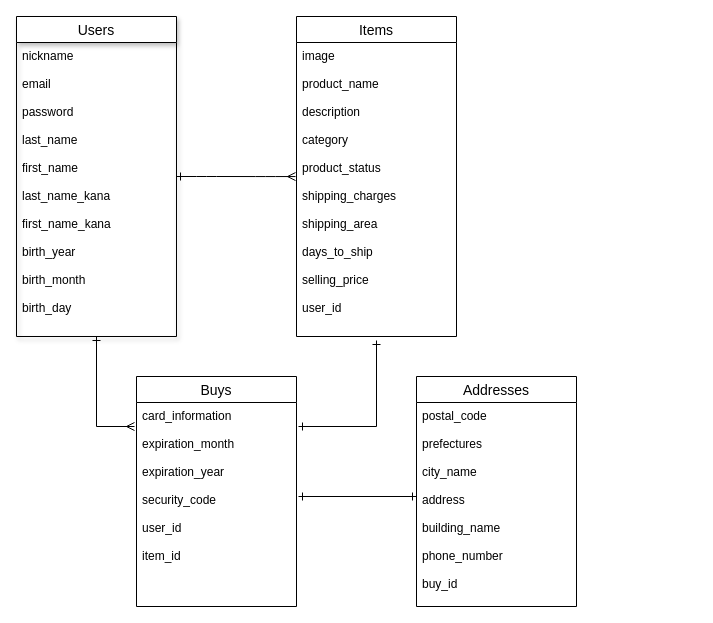
This is furima.dio from fulu90/furima-32903, a draw.io file, before an edit. Source tidied: cells renumbered, new cells numbered last; positions are measured from the earlier drawing's top-left corner, leaving out a move shared by most shapes. Both pictures are drawn from the tidied source at 100%, with x=0, y=0 at pixel (16, 16).
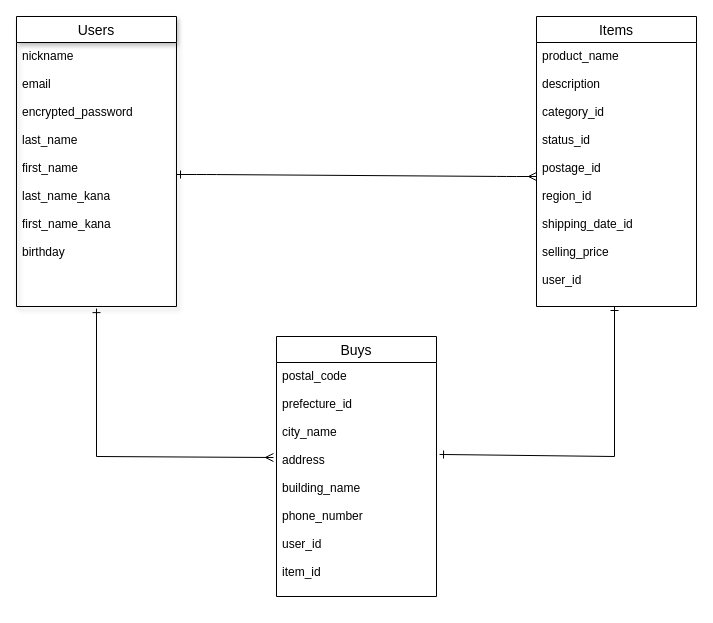
The same diagram, later.

Commit message (it also covers changes not shown here):
テーブル設計_修正

Diff of the diagram source:
```diff
@@
 <mxGraphModel>
   <root>
     <mxCell id="0" />
     <mxCell id="1" parent="0" />
     <mxCell id="2" value="Items" style="swimlane;fontStyle=0;horizontal=1;startSize=26;align=center;fontSize=14;" parent="1" vertex="1">
-      <mxGeometry x="280" width="160" height="320" as="geometry" />
+      <mxGeometry x="520" width="160" height="290" as="geometry" />
     </mxCell>
-    <mxCell id="3" value="image&#10;&#10;product_name&#10;&#10;description&#10;&#10;category&#10;&#10;product_status&#10;&#10;shipping_charges&#10;&#10;shipping_area&#10;&#10;days_to_ship&#10;&#10;selling_price&#10;&#10;user_id&#10;&#10;&#10;&#10;&#10;&#10;&#10;&#10;" style="text;strokeColor=none;fillColor=none;spacingLeft=4;spacingRight=4;overflow=hidden;points=[[0,0.5],[1,0.5]];portConstraint=eastwest;fontSize=12;" parent="2" vertex="1">
-      <mxGeometry y="26" width="160" height="294" as="geometry" />
+    <mxCell id="3" value="product_name&#10;&#10;description&#10;&#10;category_id&#10;&#10;status_id&#10;&#10;postage_id&#10;&#10;region_id&#10;&#10;shipping_date_id&#10;&#10;selling_price&#10;&#10;user_id" style="text;strokeColor=none;fillColor=none;spacingLeft=4;spacingRight=4;overflow=hidden;points=[[0,0.5],[1,0.5]];portConstraint=eastwest;fontSize=12;" parent="2" vertex="1">
+      <mxGeometry y="26" width="160" height="264" as="geometry" />
     </mxCell>
-    <mxCell id="4" value="Buys" style="swimlane;fontStyle=0;horizontal=1;startSize=26;align=center;fontSize=14;" parent="1" vertex="1">
-      <mxGeometry x="120" y="360" width="160" height="230" as="geometry" />
-    </mxCell>
-    <mxCell id="5" value="card_information&#10;&#10;expiration_month&#10;&#10;expiration_year&#10;&#10;security_code&#10;&#10;user_id&#10;&#10;item_id&#10;&#10;" style="text;strokeColor=none;fillColor=none;spacingLeft=4;spacingRight=4;overflow=hidden;fontSize=12;" parent="4" vertex="1">
-      <mxGeometry y="26" width="160" height="204" as="geometry" />
-    </mxCell>
-    <mxCell id="6" value="Addresses" style="swimlane;fontStyle=0;horizontal=1;startSize=26;align=center;fontSize=14;" parent="1" vertex="1">
-      <mxGeometry x="400" y="360" width="160" height="230" as="geometry" />
+    <mxCell id="6" value="Buys" style="swimlane;fontStyle=0;horizontal=1;startSize=26;align=center;fontSize=14;" parent="1" vertex="1">
+      <mxGeometry x="260" y="320" width="160" height="260" as="geometry" />
     </mxCell>
-    <mxCell id="7" value="postal_code&#10;&#10;prefectures&#10;&#10;city_name&#10;&#10;address&#10;&#10;building_name&#10;&#10;phone_number&#10;&#10;buy_id&#10;" style="text;strokeColor=none;fillColor=none;spacingLeft=4;spacingRight=4;overflow=hidden;points=[[0,0.5],[1,0.5]];portConstraint=eastwest;fontSize=12;" parent="6" vertex="1">
-      <mxGeometry y="26" width="160" height="204" as="geometry" />
+    <mxCell id="7" value="postal_code&#10;&#10;prefecture_id&#10;&#10;city_name&#10;&#10;address&#10;&#10;building_name&#10;&#10;phone_number&#10;&#10;user_id&#10;&#10;item_id&#10;&#10;" style="text;strokeColor=none;fillColor=none;spacingLeft=4;spacingRight=4;overflow=hidden;points=[[0,0.5],[1,0.5]];portConstraint=eastwest;fontSize=12;" parent="6" vertex="1">
+      <mxGeometry y="26" width="160" height="234" as="geometry" />
     </mxCell>
     <mxCell id="8" value="Users" style="swimlane;fontStyle=0;horizontal=1;startSize=26;align=center;fontSize=14;shadow=1;" parent="1" vertex="1">
-      <mxGeometry width="160" height="320" as="geometry" />
+      <mxGeometry width="160" height="290" as="geometry" />
     </mxCell>
-    <mxCell id="9" value="nickname&#10;&#10;email&#10;&#10;password&#10;&#10;last_name&#10;&#10;first_name&#10;&#10;last_name_kana&#10;&#10;first_name_kana&#10;&#10;birth_year&#10;&#10;birth_month&#10;&#10;birth_day" style="text;strokeColor=none;fillColor=none;spacingLeft=4;spacingRight=4;overflow=hidden;points=[[0,0.5],[1,0.5]];portConstraint=eastwest;fontSize=12;" parent="8" vertex="1">
-      <mxGeometry y="26" width="160" height="294" as="geometry" />
+    <mxCell id="9" value="nickname&#10;&#10;email&#10;&#10;encrypted_password&#10;&#10;last_name&#10;&#10;first_name&#10;&#10;last_name_kana&#10;&#10;first_name_kana&#10;&#10;birthday" style="text;strokeColor=none;fillColor=none;spacingLeft=4;spacingRight=4;overflow=hidden;points=[[0,0.5],[1,0.5]];portConstraint=eastwest;fontSize=12;" parent="8" vertex="1">
+      <mxGeometry y="26" width="160" height="264" as="geometry" />
     </mxCell>
-    <mxCell id="10" style="edgeStyle=entityRelationEdgeStyle;fontSize=12;html=1;endArrow=ERmany;startArrow=ERone;startFill=0;endFill=0;entryX=-0.006;entryY=0.456;entryDx=0;entryDy=0;entryPerimeter=0;" parent="1" edge="1" target="3">
+    <mxCell id="10" style="edgeStyle=entityRelationEdgeStyle;fontSize=12;html=1;endArrow=ERmany;startArrow=ERone;startFill=0;endFill=0;exitX=1;exitY=0.5;exitDx=0;exitDy=0;" parent="1" edge="1" source="9">
       <mxGeometry relative="1" as="geometry">
-        <mxPoint x="160" y="160" as="sourcePoint" />
+        <mxPoint x="520" y="160" as="targetPoint" />
       </mxGeometry>
     </mxCell>
-    <mxCell id="11" style="endArrow=ERone;html=1;rounded=0;startArrow=ERone;startFill=0;endFill=0;" parent="1" edge="1">
+    <mxCell id="11" style="endArrow=ERone;html=1;rounded=0;startArrow=ERone;startFill=0;endFill=0;exitX=1.019;exitY=0.393;exitDx=0;exitDy=0;exitPerimeter=0;" parent="1" edge="1" source="7">
       <mxGeometry relative="1" as="geometry">
-        <mxPoint x="282" y="410" as="sourcePoint" />
-        <mxPoint x="360" y="324" as="targetPoint" />
+        <mxPoint x="598" y="290" as="targetPoint" />
         <Array as="points">
-          <mxPoint x="360" y="410" />
+          <mxPoint x="598" y="440" />
         </Array>
       </mxGeometry>
     </mxCell>
-    <mxCell id="12" style="endArrow=ERmany;html=1;rounded=0;startArrow=ERone;startFill=0;endFill=0;" parent="1" edge="1">
+    <mxCell id="12" style="endArrow=ERmany;html=1;rounded=0;startArrow=ERone;startFill=0;endFill=0;exitX=0.5;exitY=1.008;exitDx=0;exitDy=0;exitPerimeter=0;entryX=-0.019;entryY=0.406;entryDx=0;entryDy=0;entryPerimeter=0;" parent="1" edge="1" source="9" target="7">
       <mxGeometry relative="1" as="geometry">
-        <mxPoint x="80" y="320" as="sourcePoint" />
-        <mxPoint x="118" y="410" as="targetPoint" />
         <Array as="points">
-          <mxPoint x="80" y="410" />
+          <mxPoint x="80" y="440" />
         </Array>
       </mxGeometry>
     </mxCell>
-    <mxCell id="13" style="endArrow=ERone;html=1;rounded=0;startArrow=ERone;startFill=0;endFill=0;" parent="1" edge="1">
-      <mxGeometry relative="1" as="geometry">
-        <mxPoint x="282" y="480" as="sourcePoint" />
-        <mxPoint x="400" y="480" as="targetPoint" />
-      </mxGeometry>
-    </mxCell>
   </root>
 </mxGraphModel>
```
